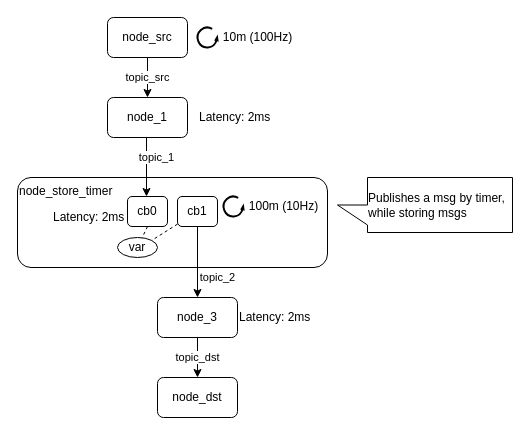
The draw.io diagram page "sample_store_timer_1" (3 of 7) of node_diagram.drawio in takeshi-iwanari/caret_sample, before the edit. Source tidied: cells renumbered, new cells numbered last; positions are measured from the earlier drawing's top-left corner, leaving out a move shared by most shapes. Both pictures are drawn from the tidied source at 100%, with x=0, y=0 at pixel (17, 17).
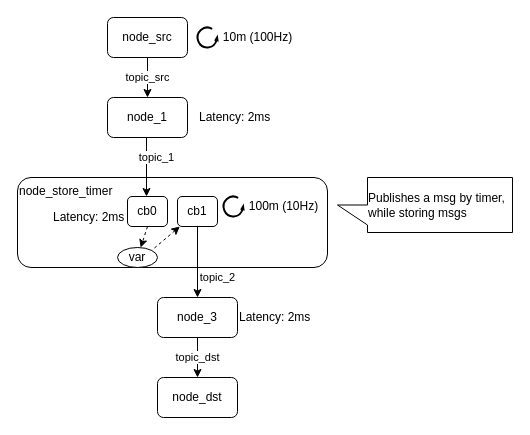
Above is the later version.

The change refers to these unchanged cells:
```xml
<mxCell id="17" value="cb0" style="rounded=1;whiteSpace=wrap;html=1;" parent="1" vertex="1">
  <mxGeometry x="110" y="179" width="40" height="30" as="geometry" />
</mxCell>
<mxCell id="18" value="cb1" style="rounded=1;whiteSpace=wrap;html=1;" parent="1" vertex="1">
  <mxGeometry x="160" y="179" width="40" height="30" as="geometry" />
</mxCell>
```

What changed in the source:
```diff
@@
     <mxCell id="21" value="var" style="ellipse;whiteSpace=wrap;html=1;" parent="1" vertex="1">
-      <mxGeometry x="100" y="220" width="40" height="20" as="geometry" />
+      <mxGeometry x="100" y="230" width="40" height="20" as="geometry" />
     </mxCell>
-    <mxCell id="22" style="edgeStyle=none;html=1;exitX=0.5;exitY=1;exitDx=0;exitDy=0;dashed=1;endArrow=none;endFill=0;" parent="1" edge="1" source="17" target="21">
+    <mxCell id="22" style="edgeStyle=none;html=1;exitX=0.5;exitY=1;exitDx=0;exitDy=0;dashed=1;endArrow=classic;endFill=1;" parent="1" edge="1" source="17" target="21">
       <mxGeometry relative="1" as="geometry" />
     </mxCell>
-    <mxCell id="23" style="edgeStyle=none;html=1;dashed=1;endArrow=none;endFill=0;entryX=1;entryY=0;entryDx=0;entryDy=0;" parent="1" edge="1" source="18" target="21">
+    <mxCell id="23" style="edgeStyle=none;html=1;dashed=1;endArrow=none;endFill=0;entryX=1;entryY=0;entryDx=0;entryDy=0;startArrow=classic;startFill=1;" parent="1" edge="1" source="18" target="21">
       <mxGeometry relative="1" as="geometry" />
     </mxCell>
```
